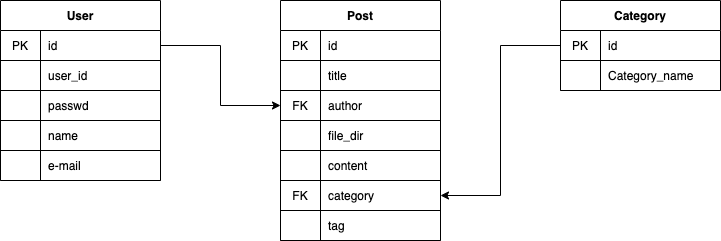
The draw.io diagram md_image/blogDB.png in jyj94/myDangoBlog, before a commit. Source tidied: cells renumbered, new cells last; positions are measured from the earlier drawing's top-left corner, leaving out a move shared by most shapes. The source it was exported from:
```xml
<mxGraphModel>
  <root>
    <mxCell id="0" />
    <mxCell id="1" parent="0" />
    <mxCell id="2" style="edgeStyle=orthogonalEdgeStyle;rounded=0;jettySize=auto;html=1;exitX=1;exitY=0.5;exitDx=0;exitDy=0;entryX=0;entryY=0.5;entryDx=0;entryDy=0;" parent="1" edge="1" source="26" target="10">
      <mxGeometry relative="1" as="geometry" />
    </mxCell>
    <mxCell id="3" value="Post" style="shape=table;html=1;whiteSpace=wrap;startSize=30;rowLines=0;fontStyle=1;align=center;" parent="1" vertex="1">
      <mxGeometry x="280" width="160" height="240" as="geometry" />
    </mxCell>
    <mxCell id="4" style="shape=partialRectangle;html=1;whiteSpace=wrap;fillColor=none;top=0;left=0;bottom=1;right=0;" parent="3" vertex="1">
      <mxGeometry y="30" width="160" height="30" as="geometry" />
    </mxCell>
    <mxCell id="5" value="PK" style="shape=partialRectangle;html=1;whiteSpace=wrap;fillColor=none;top=0;left=0;bottom=0;right=0;overflow=hidden;" parent="4" vertex="1">
      <mxGeometry width="40" height="30" as="geometry" />
    </mxCell>
    <mxCell id="6" value="id" style="shape=partialRectangle;html=1;whiteSpace=wrap;fillColor=none;top=0;left=0;bottom=0;right=0;align=left;spacingLeft=6;overflow=hidden;" parent="4" vertex="1">
      <mxGeometry x="40" width="120" height="30" as="geometry" />
    </mxCell>
    <mxCell id="7" style="shape=partialRectangle;html=1;whiteSpace=wrap;fillColor=none;top=0;left=0;bottom=0;right=0;" parent="3" vertex="1">
      <mxGeometry y="60" width="160" height="30" as="geometry" />
    </mxCell>
    <mxCell id="8" style="shape=partialRectangle;html=1;whiteSpace=wrap;fillColor=none;top=0;left=0;bottom=1;right=0;overflow=hidden;" parent="7" vertex="1">
      <mxGeometry width="40" height="30" as="geometry" />
    </mxCell>
    <mxCell id="9" value="title" style="shape=partialRectangle;html=1;whiteSpace=wrap;fillColor=none;top=0;left=0;bottom=1;right=0;align=left;spacingLeft=6;overflow=hidden;" parent="7" vertex="1">
      <mxGeometry x="40" width="120" height="30" as="geometry" />
    </mxCell>
    <mxCell id="10" style="shape=partialRectangle;html=1;whiteSpace=wrap;fillColor=none;top=0;left=0;bottom=0;right=0;points=[[0,0.5],[1,0.5]];portConstraint=eastwest;" parent="3" vertex="1">
      <mxGeometry y="90" width="160" height="30" as="geometry" />
    </mxCell>
    <mxCell id="11" value="FK" style="shape=partialRectangle;html=1;whiteSpace=wrap;fillColor=none;top=0;left=0;bottom=1;right=0;overflow=hidden;" parent="10" vertex="1">
      <mxGeometry width="40" height="30" as="geometry" />
    </mxCell>
    <mxCell id="12" value="author" style="shape=partialRectangle;html=1;whiteSpace=wrap;fillColor=none;top=0;left=0;bottom=1;right=0;align=left;spacingLeft=6;overflow=hidden;" parent="10" vertex="1">
      <mxGeometry x="40" width="120" height="30" as="geometry" />
    </mxCell>
    <mxCell id="13" style="shape=partialRectangle;html=1;whiteSpace=wrap;fillColor=none;top=0;left=0;bottom=0;right=0;" parent="3" vertex="1">
      <mxGeometry y="120" width="160" height="30" as="geometry" />
    </mxCell>
    <mxCell id="14" style="shape=partialRectangle;html=1;whiteSpace=wrap;fillColor=none;top=0;left=0;bottom=1;right=0;overflow=hidden;" parent="13" vertex="1">
      <mxGeometry width="40" height="30" as="geometry" />
    </mxCell>
    <mxCell id="15" value="file_dir" style="shape=partialRectangle;html=1;whiteSpace=wrap;fillColor=none;top=0;left=0;bottom=1;right=0;align=left;spacingLeft=6;overflow=hidden;" parent="13" vertex="1">
      <mxGeometry x="40" width="120" height="30" as="geometry" />
    </mxCell>
    <mxCell id="16" style="shape=partialRectangle;html=1;whiteSpace=wrap;fillColor=none;top=0;left=0;bottom=0;right=0;" parent="3" vertex="1">
      <mxGeometry y="150" width="160" height="30" as="geometry" />
    </mxCell>
    <mxCell id="17" style="shape=partialRectangle;html=1;whiteSpace=wrap;fillColor=none;top=0;left=0;bottom=1;right=0;overflow=hidden;" parent="16" vertex="1">
      <mxGeometry width="40" height="30" as="geometry" />
    </mxCell>
    <mxCell id="18" value="content" style="shape=partialRectangle;html=1;whiteSpace=wrap;fillColor=none;top=0;left=0;bottom=1;right=0;align=left;spacingLeft=6;overflow=hidden;" parent="16" vertex="1">
      <mxGeometry x="40" width="120" height="30" as="geometry" />
    </mxCell>
    <mxCell id="19" style="shape=partialRectangle;html=1;whiteSpace=wrap;fillColor=none;top=0;left=0;bottom=0;right=0;points=[[0,0.5],[1,0.5]];portConstraint=eastwest;" parent="3" vertex="1">
      <mxGeometry y="180" width="160" height="30" as="geometry" />
    </mxCell>
    <mxCell id="20" value="FK" style="shape=partialRectangle;html=1;whiteSpace=wrap;fillColor=none;top=0;left=0;bottom=1;right=0;overflow=hidden;" parent="19" vertex="1">
      <mxGeometry width="40" height="30" as="geometry" />
    </mxCell>
    <mxCell id="21" value="category" style="shape=partialRectangle;html=1;whiteSpace=wrap;fillColor=none;top=0;left=0;bottom=1;right=0;align=left;spacingLeft=6;overflow=hidden;" parent="19" vertex="1">
      <mxGeometry x="40" width="120" height="30" as="geometry" />
    </mxCell>
    <mxCell id="22" style="shape=partialRectangle;html=1;whiteSpace=wrap;fillColor=none;top=0;left=0;bottom=0;right=0;points=[[0,0.5],[1,0.5]];portConstraint=eastwest;" parent="3" vertex="1">
      <mxGeometry y="210" width="160" height="30" as="geometry" />
    </mxCell>
    <mxCell id="23" style="shape=partialRectangle;html=1;whiteSpace=wrap;fillColor=none;top=0;left=0;bottom=1;right=0;overflow=hidden;" parent="22" vertex="1">
      <mxGeometry width="40" height="30" as="geometry" />
    </mxCell>
    <mxCell id="24" value="tag" style="shape=partialRectangle;html=1;whiteSpace=wrap;fillColor=none;top=0;left=0;bottom=1;right=0;align=left;spacingLeft=6;overflow=hidden;" parent="22" vertex="1">
      <mxGeometry x="40" width="120" height="30" as="geometry" />
    </mxCell>
    <mxCell id="25" value="User" style="shape=table;html=1;whiteSpace=wrap;startSize=30;rowLines=0;fontStyle=1;align=center;" parent="1" vertex="1">
      <mxGeometry width="160" height="180" as="geometry" />
    </mxCell>
    <mxCell id="26" style="shape=partialRectangle;html=1;whiteSpace=wrap;fillColor=none;top=0;left=0;bottom=1;right=0;points=[[0,0.5],[1,0.5]];portConstraint=eastwest;" parent="25" vertex="1">
      <mxGeometry y="30" width="160" height="30" as="geometry" />
    </mxCell>
    <mxCell id="27" value="PK" style="shape=partialRectangle;html=1;whiteSpace=wrap;fillColor=none;top=0;left=0;bottom=0;right=0;overflow=hidden;" parent="26" vertex="1">
      <mxGeometry width="40" height="30" as="geometry" />
    </mxCell>
    <mxCell id="28" value="id" style="shape=partialRectangle;html=1;whiteSpace=wrap;fillColor=none;top=0;left=0;bottom=0;right=0;align=left;spacingLeft=6;overflow=hidden;" parent="26" vertex="1">
      <mxGeometry x="40" width="120" height="30" as="geometry" />
    </mxCell>
    <mxCell id="29" style="shape=partialRectangle;html=1;whiteSpace=wrap;fillColor=none;top=0;left=0;bottom=0;right=0;" parent="25" vertex="1">
      <mxGeometry y="60" width="160" height="30" as="geometry" />
    </mxCell>
    <mxCell id="30" style="shape=partialRectangle;html=1;whiteSpace=wrap;fillColor=none;top=0;left=0;bottom=1;right=0;overflow=hidden;" parent="29" vertex="1">
      <mxGeometry width="40" height="30" as="geometry" />
    </mxCell>
    <mxCell id="31" value="user_id" style="shape=partialRectangle;html=1;whiteSpace=wrap;fillColor=none;top=0;left=0;bottom=1;right=0;align=left;spacingLeft=6;overflow=hidden;" parent="29" vertex="1">
      <mxGeometry x="40" width="120" height="30" as="geometry" />
    </mxCell>
    <mxCell id="32" style="shape=partialRectangle;html=1;whiteSpace=wrap;fillColor=none;top=0;left=0;bottom=0;right=0;" parent="25" vertex="1">
      <mxGeometry y="90" width="160" height="30" as="geometry" />
    </mxCell>
    <mxCell id="33" style="shape=partialRectangle;html=1;whiteSpace=wrap;fillColor=none;top=0;left=0;bottom=1;right=0;overflow=hidden;" parent="32" vertex="1">
      <mxGeometry width="40" height="30" as="geometry" />
    </mxCell>
    <mxCell id="34" value="passwd" style="shape=partialRectangle;html=1;whiteSpace=wrap;fillColor=none;top=0;left=0;bottom=1;right=0;align=left;spacingLeft=6;overflow=hidden;" parent="32" vertex="1">
      <mxGeometry x="40" width="120" height="30" as="geometry" />
    </mxCell>
    <mxCell id="35" style="shape=partialRectangle;html=1;whiteSpace=wrap;fillColor=none;top=0;left=0;bottom=0;right=0;" parent="25" vertex="1">
      <mxGeometry y="120" width="160" height="30" as="geometry" />
    </mxCell>
    <mxCell id="36" style="shape=partialRectangle;html=1;whiteSpace=wrap;fillColor=none;top=0;left=0;bottom=1;right=0;overflow=hidden;" parent="35" vertex="1">
      <mxGeometry width="40" height="30" as="geometry" />
    </mxCell>
    <mxCell id="37" value="name" style="shape=partialRectangle;html=1;whiteSpace=wrap;fillColor=none;top=0;left=0;bottom=1;right=0;align=left;spacingLeft=6;overflow=hidden;" parent="35" vertex="1">
      <mxGeometry x="40" width="120" height="30" as="geometry" />
    </mxCell>
    <mxCell id="38" style="shape=partialRectangle;html=1;whiteSpace=wrap;fillColor=none;top=0;left=0;bottom=0;right=0;" parent="25" vertex="1">
      <mxGeometry y="150" width="160" height="30" as="geometry" />
    </mxCell>
    <mxCell id="39" style="shape=partialRectangle;html=1;whiteSpace=wrap;fillColor=none;top=0;left=0;bottom=1;right=0;overflow=hidden;" parent="38" vertex="1">
      <mxGeometry width="40" height="30" as="geometry" />
    </mxCell>
    <mxCell id="40" value="e-mail" style="shape=partialRectangle;html=1;whiteSpace=wrap;fillColor=none;top=0;left=0;bottom=1;right=0;align=left;spacingLeft=6;overflow=hidden;" parent="38" vertex="1">
      <mxGeometry x="40" width="120" height="30" as="geometry" />
    </mxCell>
    <mxCell id="41" value="Category" style="shape=table;html=1;whiteSpace=wrap;startSize=30;rowLines=0;fontStyle=1;align=center;" parent="1" vertex="1">
      <mxGeometry x="560" width="160" height="90" as="geometry" />
    </mxCell>
    <mxCell id="42" style="shape=partialRectangle;html=1;whiteSpace=wrap;fillColor=none;top=0;left=0;bottom=1;right=0;points=[[0,0.5],[1,0.5]];portConstraint=eastwest;" parent="41" vertex="1">
      <mxGeometry y="30" width="160" height="30" as="geometry" />
    </mxCell>
    <mxCell id="43" value="PK" style="shape=partialRectangle;html=1;whiteSpace=wrap;fillColor=none;top=0;left=0;bottom=0;right=0;overflow=hidden;" parent="42" vertex="1">
      <mxGeometry width="40" height="30" as="geometry" />
    </mxCell>
    <mxCell id="44" value="id" style="shape=partialRectangle;html=1;whiteSpace=wrap;fillColor=none;top=0;left=0;bottom=0;right=0;align=left;spacingLeft=6;overflow=hidden;" parent="42" vertex="1">
      <mxGeometry x="40" width="120" height="30" as="geometry" />
    </mxCell>
    <mxCell id="45" style="shape=partialRectangle;html=1;whiteSpace=wrap;fillColor=none;top=0;left=0;bottom=0;right=0;" parent="41" vertex="1">
      <mxGeometry y="60" width="160" height="30" as="geometry" />
    </mxCell>
    <mxCell id="46" style="shape=partialRectangle;html=1;whiteSpace=wrap;fillColor=none;top=0;left=0;bottom=1;right=0;overflow=hidden;" parent="45" vertex="1">
      <mxGeometry width="40" height="30" as="geometry" />
    </mxCell>
    <mxCell id="47" value="Category_name" style="shape=partialRectangle;html=1;whiteSpace=wrap;fillColor=none;top=0;left=0;bottom=1;right=0;align=left;spacingLeft=6;overflow=hidden;" parent="45" vertex="1">
      <mxGeometry x="40" width="120" height="30" as="geometry" />
    </mxCell>
    <mxCell id="48" style="edgeStyle=orthogonalEdgeStyle;rounded=0;jettySize=auto;html=1;entryX=1;entryY=0.5;entryDx=0;entryDy=0;" parent="1" edge="1" source="42" target="19">
      <mxGeometry relative="1" as="geometry" />
    </mxCell>
  </root>
</mxGraphModel>
```
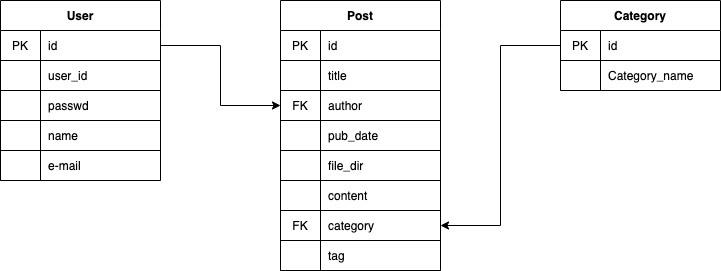
After the change.

The edit, as a diff of the source:
```diff
@@ -6,7 +6,7 @@
       <mxGeometry relative="1" as="geometry" />
     </mxCell>
     <mxCell id="3" value="Post" style="shape=table;html=1;whiteSpace=wrap;startSize=30;rowLines=0;fontStyle=1;align=center;" parent="1" vertex="1">
-      <mxGeometry x="280" width="160" height="240" as="geometry" />
+      <mxGeometry x="280" width="160" height="270" as="geometry" />
     </mxCell>
     <mxCell id="4" style="shape=partialRectangle;html=1;whiteSpace=wrap;fillColor=none;top=0;left=0;bottom=1;right=0;" parent="3" vertex="1">
       <mxGeometry y="30" width="160" height="30" as="geometry" />
@@ -41,7 +41,7 @@
     <mxCell id="14" style="shape=partialRectangle;html=1;whiteSpace=wrap;fillColor=none;top=0;left=0;bottom=1;right=0;overflow=hidden;" parent="13" vertex="1">
       <mxGeometry width="40" height="30" as="geometry" />
     </mxCell>
-    <mxCell id="15" value="file_dir" style="shape=partialRectangle;html=1;whiteSpace=wrap;fillColor=none;top=0;left=0;bottom=1;right=0;align=left;spacingLeft=6;overflow=hidden;" parent="13" vertex="1">
+    <mxCell id="15" value="pub_date" style="shape=partialRectangle;html=1;whiteSpace=wrap;fillColor=none;top=0;left=0;bottom=1;right=0;align=left;spacingLeft=6;overflow=hidden;" parent="13" vertex="1">
       <mxGeometry x="40" width="120" height="30" as="geometry" />
     </mxCell>
     <mxCell id="16" style="shape=partialRectangle;html=1;whiteSpace=wrap;fillColor=none;top=0;left=0;bottom=0;right=0;" parent="3" vertex="1">
@@ -50,27 +50,36 @@
     <mxCell id="17" style="shape=partialRectangle;html=1;whiteSpace=wrap;fillColor=none;top=0;left=0;bottom=1;right=0;overflow=hidden;" parent="16" vertex="1">
       <mxGeometry width="40" height="30" as="geometry" />
     </mxCell>
-    <mxCell id="18" value="content" style="shape=partialRectangle;html=1;whiteSpace=wrap;fillColor=none;top=0;left=0;bottom=1;right=0;align=left;spacingLeft=6;overflow=hidden;" parent="16" vertex="1">
+    <mxCell id="18" value="file_dir" style="shape=partialRectangle;html=1;whiteSpace=wrap;fillColor=none;top=0;left=0;bottom=1;right=0;align=left;spacingLeft=6;overflow=hidden;" parent="16" vertex="1">
       <mxGeometry x="40" width="120" height="30" as="geometry" />
     </mxCell>
     <mxCell id="19" style="shape=partialRectangle;html=1;whiteSpace=wrap;fillColor=none;top=0;left=0;bottom=0;right=0;points=[[0,0.5],[1,0.5]];portConstraint=eastwest;" parent="3" vertex="1">
       <mxGeometry y="180" width="160" height="30" as="geometry" />
     </mxCell>
-    <mxCell id="20" value="FK" style="shape=partialRectangle;html=1;whiteSpace=wrap;fillColor=none;top=0;left=0;bottom=1;right=0;overflow=hidden;" parent="19" vertex="1">
+    <mxCell id="20" style="shape=partialRectangle;html=1;whiteSpace=wrap;fillColor=none;top=0;left=0;bottom=1;right=0;overflow=hidden;" parent="19" vertex="1">
       <mxGeometry width="40" height="30" as="geometry" />
     </mxCell>
-    <mxCell id="21" value="category" style="shape=partialRectangle;html=1;whiteSpace=wrap;fillColor=none;top=0;left=0;bottom=1;right=0;align=left;spacingLeft=6;overflow=hidden;" parent="19" vertex="1">
+    <mxCell id="21" value="content" style="shape=partialRectangle;html=1;whiteSpace=wrap;fillColor=none;top=0;left=0;bottom=1;right=0;align=left;spacingLeft=6;overflow=hidden;" parent="19" vertex="1">
       <mxGeometry x="40" width="120" height="30" as="geometry" />
     </mxCell>
     <mxCell id="22" style="shape=partialRectangle;html=1;whiteSpace=wrap;fillColor=none;top=0;left=0;bottom=0;right=0;points=[[0,0.5],[1,0.5]];portConstraint=eastwest;" parent="3" vertex="1">
       <mxGeometry y="210" width="160" height="30" as="geometry" />
     </mxCell>
-    <mxCell id="23" style="shape=partialRectangle;html=1;whiteSpace=wrap;fillColor=none;top=0;left=0;bottom=1;right=0;overflow=hidden;" parent="22" vertex="1">
+    <mxCell id="23" value="FK" style="shape=partialRectangle;html=1;whiteSpace=wrap;fillColor=none;top=0;left=0;bottom=1;right=0;overflow=hidden;" parent="22" vertex="1">
       <mxGeometry width="40" height="30" as="geometry" />
     </mxCell>
-    <mxCell id="24" value="tag" style="shape=partialRectangle;html=1;whiteSpace=wrap;fillColor=none;top=0;left=0;bottom=1;right=0;align=left;spacingLeft=6;overflow=hidden;" parent="22" vertex="1">
+    <mxCell id="24" value="category" style="shape=partialRectangle;html=1;whiteSpace=wrap;fillColor=none;top=0;left=0;bottom=1;right=0;align=left;spacingLeft=6;overflow=hidden;" parent="22" vertex="1">
       <mxGeometry x="40" width="120" height="30" as="geometry" />
     </mxCell>
+    <mxCell id="49" style="shape=partialRectangle;html=1;whiteSpace=wrap;fillColor=none;top=0;left=0;bottom=0;right=0;" parent="3" vertex="1">
+      <mxGeometry y="240" width="160" height="30" as="geometry" />
+    </mxCell>
+    <mxCell id="50" style="shape=partialRectangle;html=1;whiteSpace=wrap;fillColor=none;top=0;left=0;bottom=1;right=0;overflow=hidden;" parent="49" vertex="1">
+      <mxGeometry width="40" height="30" as="geometry" />
+    </mxCell>
+    <mxCell id="51" value="tag" style="shape=partialRectangle;html=1;whiteSpace=wrap;fillColor=none;top=0;left=0;bottom=1;right=0;align=left;spacingLeft=6;overflow=hidden;" parent="49" vertex="1">
+      <mxGeometry x="40" width="120" height="30" as="geometry" />
+    </mxCell>
     <mxCell id="25" value="User" style="shape=table;html=1;whiteSpace=wrap;startSize=30;rowLines=0;fontStyle=1;align=center;" parent="1" vertex="1">
       <mxGeometry width="160" height="180" as="geometry" />
     </mxCell>
@@ -140,7 +149,7 @@
     <mxCell id="47" value="Category_name" style="shape=partialRectangle;html=1;whiteSpace=wrap;fillColor=none;top=0;left=0;bottom=1;right=0;align=left;spacingLeft=6;overflow=hidden;" parent="45" vertex="1">
       <mxGeometry x="40" width="120" height="30" as="geometry" />
     </mxCell>
-    <mxCell id="48" style="edgeStyle=orthogonalEdgeStyle;rounded=0;jettySize=auto;html=1;entryX=1;entryY=0.5;entryDx=0;entryDy=0;" parent="1" edge="1" source="42" target="19">
+    <mxCell id="48" style="edgeStyle=orthogonalEdgeStyle;rounded=0;jettySize=auto;html=1;entryX=1;entryY=0.5;entryDx=0;entryDy=0;" parent="1" edge="1" source="42" target="22">
       <mxGeometry relative="1" as="geometry" />
     </mxCell>
   </root>
```
